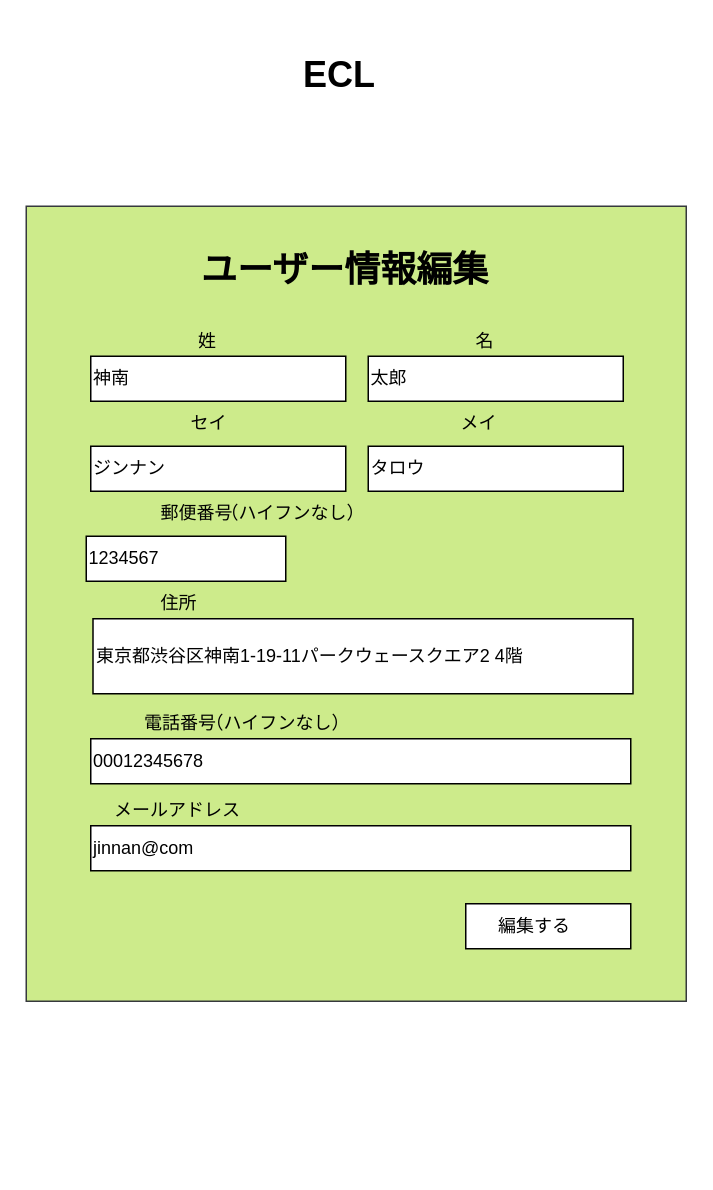
Earlier version of the draw.io diagram ワイヤーフレーム/user/user_edit.drawio (ecl11/ECL). Source tidied: cells renumbered, new cells numbered last; positions are measured from the earlier drawing's top-left corner, leaving out a move shared by most shapes. Both pictures are drawn from the tidied source at 150%, with x=0, y=0 at pixel (26, 26).
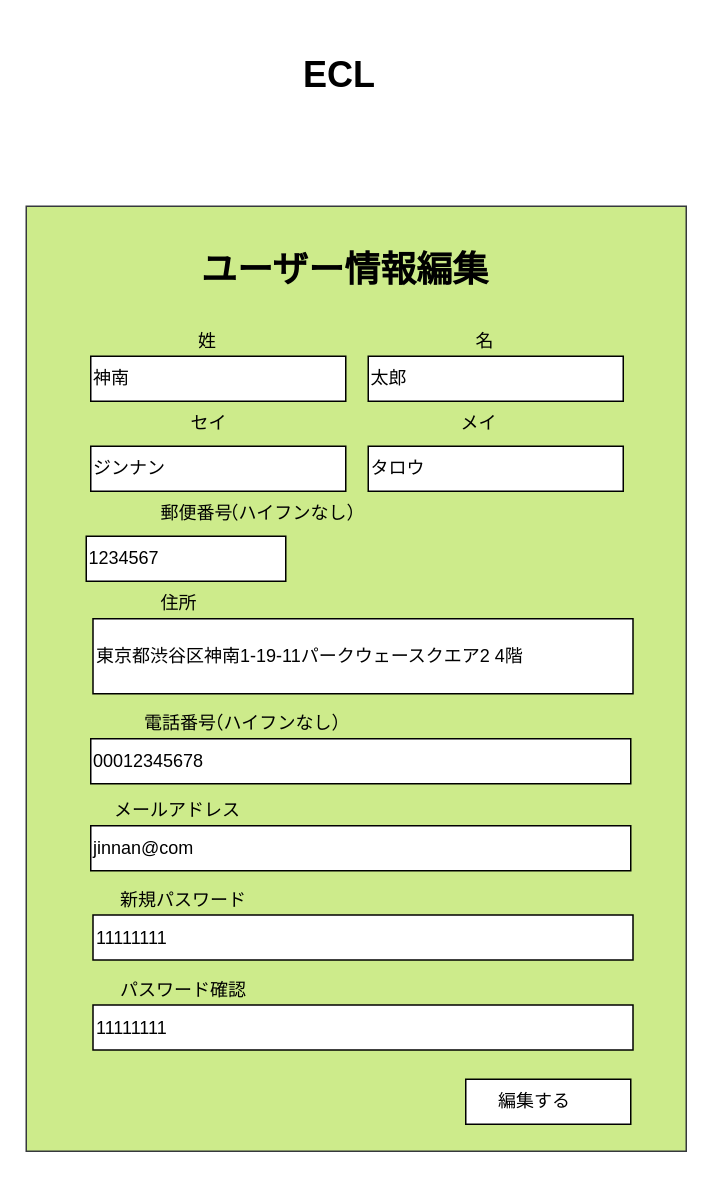
The same diagram, later.

Diff of the diagram source:
```diff
@@
     <mxCell id="4" style="rounded=0;whiteSpace=wrap;html=1;strokeWidth=1;align=left;fillColor=#cdeb8b;strokeColor=#36393d;" parent="1" vertex="1">
-      <mxGeometry y="120" width="440" height="530" as="geometry" />
+      <mxGeometry y="120" width="440" height="630" as="geometry" />
     </mxCell>
@@
     <mxCell id="24" style="rounded=0;whiteSpace=wrap;html=1;strokeWidth=1;align=left;" parent="1" vertex="1">
-      <mxGeometry x="293" y="585" width="110" height="30" as="geometry" />
+      <mxGeometry x="293" y="702" width="110" height="30" as="geometry" />
     </mxCell>
     <mxCell id="25" value="編集する" style="text;html=1;align=left;verticalAlign=top;spacingTop=-4;" parent="1" vertex="1">
-      <mxGeometry x="313" y="590" width="60" height="20" as="geometry" />
+      <mxGeometry x="313" y="707" width="60" height="20" as="geometry" />
     </mxCell>
@@
+    <mxCell id="28" value="11111111" style="rounded=0;whiteSpace=wrap;html=1;strokeWidth=1;align=left;" parent="1" vertex="1">
+      <mxGeometry x="44.5" y="652.5" width="360" height="30" as="geometry" />
+    </mxCell>
+    <mxCell id="29" value="11111111" style="rounded=0;whiteSpace=wrap;html=1;strokeWidth=1;align=left;" parent="1" vertex="1">
+      <mxGeometry x="44.5" y="592.5" width="360" height="30" as="geometry" />
+    </mxCell>
+    <mxCell id="30" value="新規パスワード" style="text;html=1;align=left;verticalAlign=top;spacingTop=-4;" parent="1" vertex="1">
+      <mxGeometry x="61" y="572.5" width="100" height="20" as="geometry" />
+    </mxCell>
+    <mxCell id="31" value="パスワード確認" style="text;html=1;align=left;verticalAlign=top;spacingTop=-4;" parent="1" vertex="1">
+      <mxGeometry x="61" y="632.5" width="100" height="20" as="geometry" />
+    </mxCell>
```
